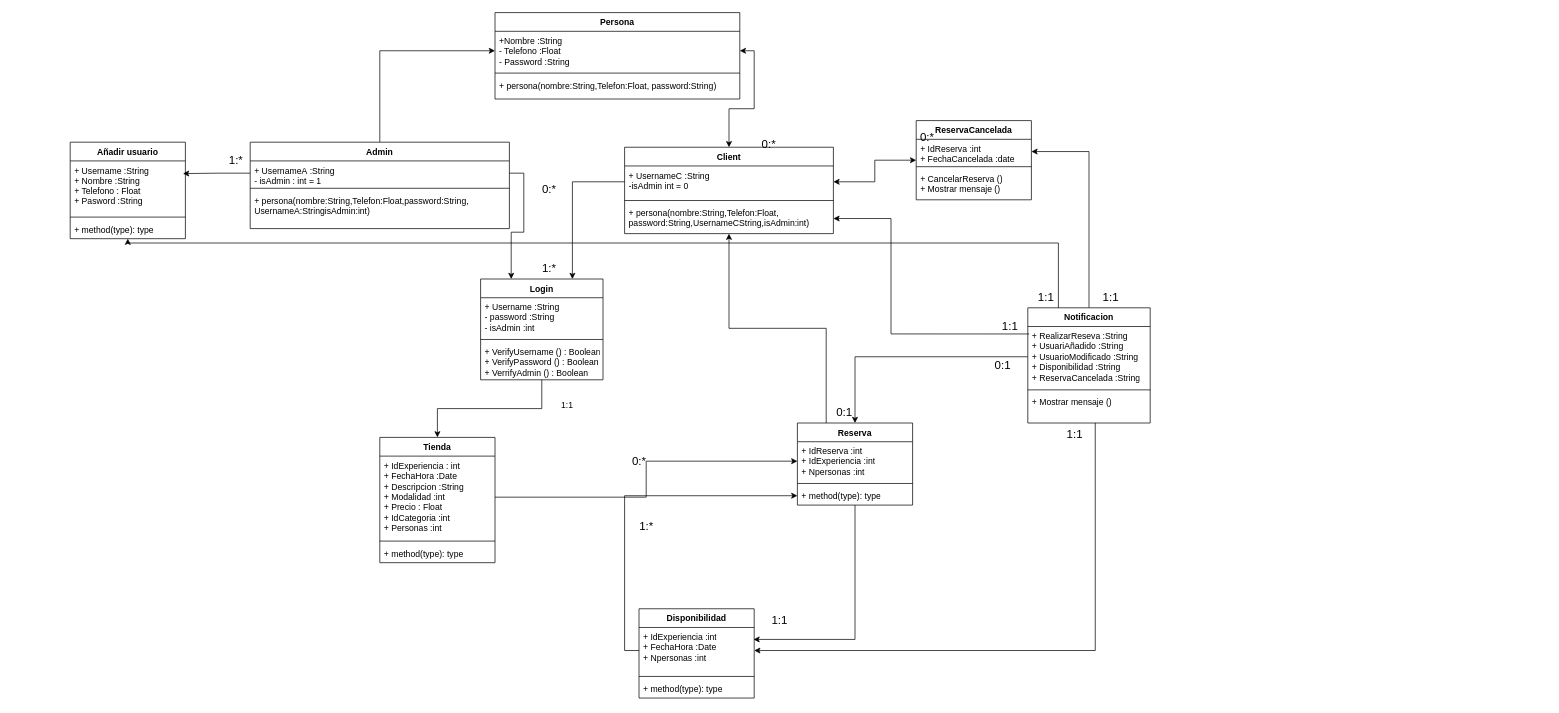
Earlier version of the draw.io diagram Diagramas/UML_XaJo.drawio (joam6/Sailing_XaJo). Source tidied: cells renumbered, new cells numbered last; positions are measured from the earlier drawing's top-left corner, leaving out a move shared by most shapes. Both pictures are drawn from the tidied source at 72%, with x=0, y=0 at pixel (70, 12).
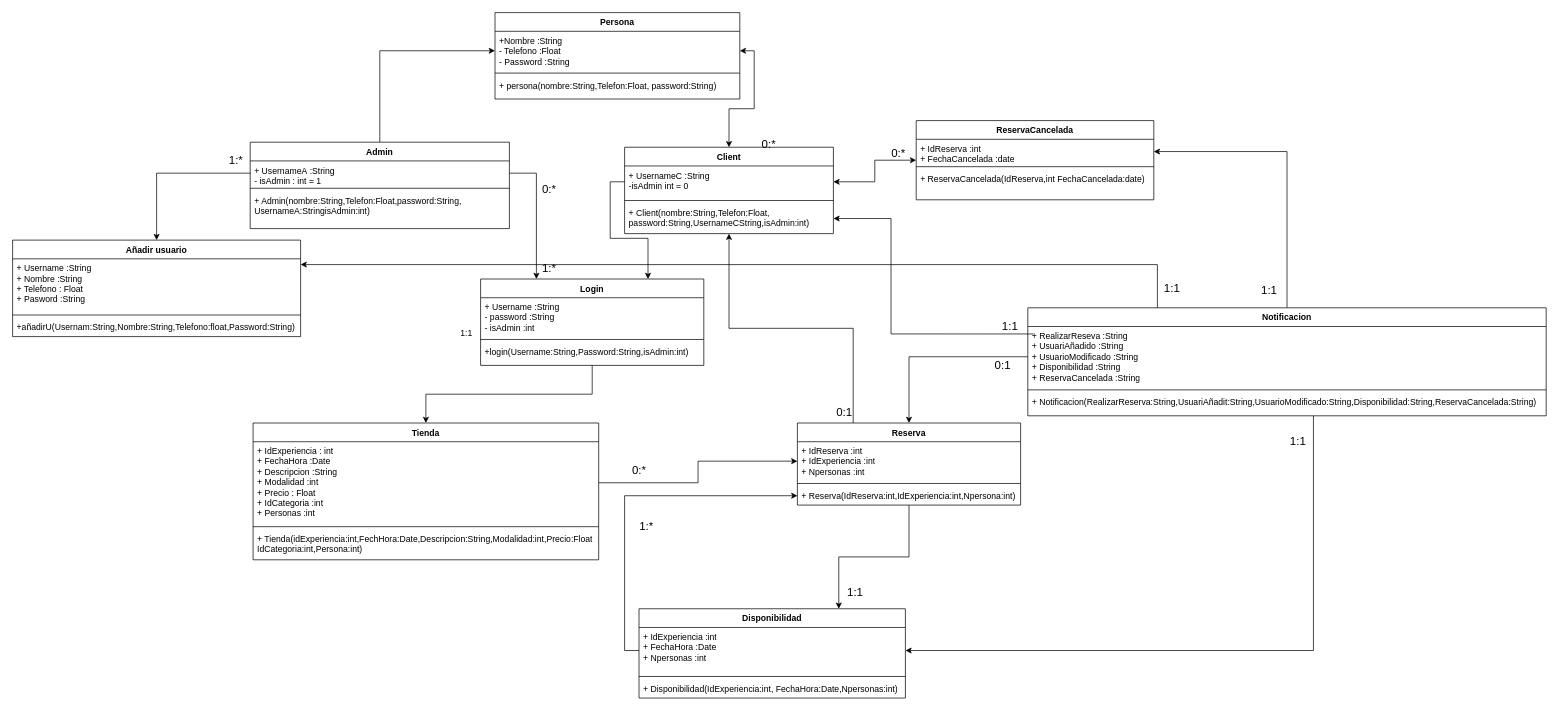
The same diagram, later.

Unchanged cells that the change refers to:
```xml
<mxCell id="12" value="Admin" style="swimlane;fontStyle=1;align=center;verticalAlign=top;horizontal=1;startSize=26;whiteSpace=wrap;html=1;" parent="1" vertex="1">
  <mxGeometry x="250" y="180" width="360" height="120" as="geometry" />
</mxCell>
<mxCell id="13" value="&lt;div&gt;+ UsernameA&amp;nbsp;&lt;span style=&quot;background-color: initial;&quot;&gt;:String&lt;/span&gt;&lt;/div&gt;- isAdmin : int = 1" style="text;strokeColor=none;fillColor=none;align=left;verticalAlign=top;spacingLeft=4;spacingRight=4;overflow=hidden;points=[[0,0.5],[1,0.5]];portConstraint=eastwest;whiteSpace=wrap;html=1;" parent="12" vertex="1">
  <mxGeometry y="26" width="360" height="34" as="geometry" />
</mxCell>
<mxCell id="17" value="Client" style="swimlane;fontStyle=1;align=center;verticalAlign=top;horizontal=1;startSize=26;whiteSpace=wrap;html=1;" parent="1" vertex="1">
  <mxGeometry x="770" y="187" width="290" height="120" as="geometry" />
</mxCell>
```

What changed in the source:
```diff
@@
     <mxCell id="3" value="Login" style="swimlane;fontStyle=1;align=center;verticalAlign=top;horizontal=1;startSize=26;whiteSpace=wrap;html=1;" parent="1" vertex="1">
-      <mxGeometry x="570" y="370" width="170" height="140" as="geometry" />
+      <mxGeometry x="570" y="370" width="310" height="120" as="geometry" />
     </mxCell>
     <mxCell id="4" value="+ Username :String&lt;br&gt;- password :String&lt;div&gt;- isAdmin :int&lt;/div&gt;" style="text;strokeColor=none;fillColor=none;align=left;verticalAlign=top;spacingLeft=4;spacingRight=4;overflow=hidden;whiteSpace=wrap;html=1;" parent="3" vertex="1">
-      <mxGeometry y="26" width="170" height="54" as="geometry" />
+      <mxGeometry y="26" width="310" height="54" as="geometry" />
     </mxCell>
     <mxCell id="5" style="line;strokeWidth=1;fillColor=none;align=left;verticalAlign=middle;spacingTop=-1;spacingLeft=3;spacingRight=3;labelPosition=right;strokeColor=inherit;" parent="3" vertex="1">
-      <mxGeometry y="80" width="170" height="8" as="geometry" />
+      <mxGeometry y="80" width="310" height="8" as="geometry" />
     </mxCell>
-    <mxCell id="6" value="&lt;span style=&quot;text-wrap-mode: nowrap;&quot;&gt;&lt;font style=&quot;font-size: 12px;&quot; face=&quot;Helvetica&quot;&gt;+ VerifyUsername&amp;nbsp;&lt;/font&gt;&lt;/span&gt;&lt;span style=&quot;text-wrap-mode: nowrap;&quot;&gt;() : Boolean&lt;/span&gt;&lt;span style=&quot;text-wrap-mode: nowrap;&quot;&gt;&lt;font style=&quot;font-size: 12px;&quot; face=&quot;Helvetica&quot;&gt;&lt;br&gt;+ VerifyPassword&amp;nbsp;&lt;/font&gt;&lt;/span&gt;&lt;span style=&quot;text-wrap-mode: nowrap;&quot;&gt;() : Boolean&lt;/span&gt;&lt;span style=&quot;text-wrap-mode: nowrap;&quot;&gt;&lt;font style=&quot;font-size: 12px;&quot; face=&quot;Helvetica&quot;&gt;&lt;br&gt;+ VerrifyAdmin () : Boolean&lt;/font&gt;&lt;/span&gt;" style="text;strokeColor=none;fillColor=none;align=left;verticalAlign=top;spacingLeft=4;spacingRight=4;overflow=hidden;whiteSpace=wrap;html=1;" parent="3" vertex="1">
-      <mxGeometry y="88" width="170" height="52" as="geometry" />
+    <mxCell id="6" value="&lt;span style=&quot;text-wrap-mode: nowrap;&quot;&gt;+login(Username:String,Password:String,isAdmin:int)&lt;/span&gt;" style="text;strokeColor=none;fillColor=none;align=left;verticalAlign=top;spacingLeft=4;spacingRight=4;overflow=hidden;whiteSpace=wrap;html=1;" parent="3" vertex="1">
+      <mxGeometry y="88" width="310" height="32" as="geometry" />
     </mxCell>
@@
-    <mxCell id="15" value="+ persona(nombre:String,Telefon:Float,password:String,&lt;br&gt;UsernameA:StringisAdmin:int)" style="text;strokeColor=none;fillColor=none;align=left;verticalAlign=top;spacingLeft=4;spacingRight=4;overflow=hidden;whiteSpace=wrap;html=1;" parent="12" vertex="1">
+    <mxCell id="15" value="+ Admin(nombre:String,Telefon:Float,password:String,&lt;br&gt;UsernameA:StringisAdmin:int)" style="text;strokeColor=none;fillColor=none;align=left;verticalAlign=top;spacingLeft=4;spacingRight=4;overflow=hidden;whiteSpace=wrap;html=1;" parent="12" vertex="1">
       <mxGeometry y="68" width="360" height="52" as="geometry" />
     </mxCell>
@@
-    <mxCell id="20" value="+ persona(nombre:String,Telefon:Float, password:String,UsernameCString,isAdmin:int)&lt;div&gt;&lt;/div&gt;" style="text;strokeColor=none;fillColor=none;align=left;verticalAlign=top;spacingLeft=4;spacingRight=4;overflow=hidden;points=[[0,0.5],[1,0.5]];portConstraint=eastwest;whiteSpace=wrap;html=1;" parent="17" vertex="1">
+    <mxCell id="20" value="+ Client(nombre:String,Telefon:Float, password:String,UsernameCString,isAdmin:int)&lt;div&gt;&lt;/div&gt;" style="text;strokeColor=none;fillColor=none;align=left;verticalAlign=top;spacingLeft=4;spacingRight=4;overflow=hidden;points=[[0,0.5],[1,0.5]];portConstraint=eastwest;whiteSpace=wrap;html=1;" parent="17" vertex="1">
       <mxGeometry y="78" width="290" height="42" as="geometry" />
     </mxCell>
-    <mxCell id="21" style="edgeStyle=orthogonalEdgeStyle;rounded=0;jettySize=auto;html=1;entryX=0.994;entryY=0.259;entryDx=0;entryDy=0;entryPerimeter=0;" parent="1" edge="1" source="24" target="44">
-      <mxGeometry relative="1" as="geometry" />
-    </mxCell>
@@
+    <mxCell id="73" style="edgeStyle=orthogonalEdgeStyle;rounded=0;jettySize=auto;html=1;entryX=0.75;entryY=0;entryDx=0;entryDy=0;" parent="1" edge="1" source="24" target="43">
+      <mxGeometry relative="1" as="geometry" />
+    </mxCell>
     <mxCell id="24" value="Reserva" style="swimlane;fontStyle=1;align=center;verticalAlign=top;horizontal=1;startSize=26;whiteSpace=wrap;html=1;" parent="1" vertex="1">
-      <mxGeometry x="1010" y="570" width="160" height="114" as="geometry" />
+      <mxGeometry x="1010" y="570" width="310" height="114" as="geometry" />
     </mxCell>
     <mxCell id="25" value="+ IdReserva :int&lt;br&gt;+ IdExperiencia :int&lt;br&gt;+ Npersonas :int" style="text;strokeColor=none;fillColor=none;align=left;verticalAlign=top;spacingLeft=4;spacingRight=4;overflow=hidden;points=[[0,0.5],[1,0.5]];portConstraint=eastwest;whiteSpace=wrap;html=1;" parent="24" vertex="1">
-      <mxGeometry y="26" width="160" height="54" as="geometry" />
+      <mxGeometry y="26" width="310" height="54" as="geometry" />
     </mxCell>
     <mxCell id="26" style="line;strokeWidth=1;fillColor=none;align=left;verticalAlign=middle;spacingTop=-1;spacingLeft=3;spacingRight=3;labelPosition=right;strokeColor=inherit;" parent="24" vertex="1">
-      <mxGeometry y="80" width="160" height="8" as="geometry" />
+      <mxGeometry y="80" width="310" height="8" as="geometry" />
     </mxCell>
-    <mxCell id="27" value="+ method(type): type" style="text;strokeColor=none;fillColor=none;align=left;verticalAlign=top;spacingLeft=4;spacingRight=4;overflow=hidden;points=[[0,0.5],[1,0.5]];portConstraint=eastwest;whiteSpace=wrap;html=1;" parent="24" vertex="1">
-      <mxGeometry y="88" width="160" height="26" as="geometry" />
+    <mxCell id="27" value="+ Reserva(IdReserva:int,IdExperiencia:int,Npersona:int)" style="text;strokeColor=none;fillColor=none;align=left;verticalAlign=top;spacingLeft=4;spacingRight=4;overflow=hidden;points=[[0,0.5],[1,0.5]];portConstraint=eastwest;whiteSpace=wrap;html=1;" parent="24" vertex="1">
+      <mxGeometry y="88" width="310" height="26" as="geometry" />
     </mxCell>
@@
     <mxCell id="29" value="Notificacion" style="swimlane;fontStyle=1;align=center;verticalAlign=top;horizontal=1;startSize=26;whiteSpace=wrap;html=1;" parent="1" vertex="1">
-      <mxGeometry x="1330" y="410" width="170" height="160" as="geometry" />
+      <mxGeometry x="1330" y="410" width="720" height="150" as="geometry" />
     </mxCell>
     <mxCell id="30" value="+ RealizarReseva :String&lt;br&gt;+ UsuariAñadido :String&lt;br&gt;+ UsuarioModificado :String&lt;br&gt;+ Disponibilidad :String&lt;br&gt;+ ReservaCancelada :String" style="text;strokeColor=none;fillColor=none;align=left;verticalAlign=top;spacingLeft=4;spacingRight=4;overflow=hidden;points=[[0,0.5],[1,0.5]];portConstraint=eastwest;whiteSpace=wrap;html=1;" parent="29" vertex="1">
-      <mxGeometry y="26" width="170" height="84" as="geometry" />
+      <mxGeometry y="26" width="720" height="84" as="geometry" />
     </mxCell>
     <mxCell id="31" style="line;strokeWidth=1;fillColor=none;align=left;verticalAlign=middle;spacingTop=-1;spacingLeft=3;spacingRight=3;labelPosition=right;strokeColor=inherit;" parent="29" vertex="1">
-      <mxGeometry y="110" width="170" height="8" as="geometry" />
+      <mxGeometry y="110" width="720" height="8" as="geometry" />
     </mxCell>
-    <mxCell id="32" value="+ Mostrar mensaje ()" style="text;strokeColor=none;fillColor=none;align=left;verticalAlign=top;spacingLeft=4;spacingRight=4;overflow=hidden;points=[[0,0.5],[1,0.5]];portConstraint=eastwest;whiteSpace=wrap;html=1;" parent="29" vertex="1">
-      <mxGeometry y="118" width="170" height="42" as="geometry" />
+    <mxCell id="32" value="+ Notificacion(RealizarReserva:String,UsuariAñadit:String,UsuarioModificado:String,Disponibilidad:String,ReservaCancelada:String)" style="text;strokeColor=none;fillColor=none;align=left;verticalAlign=top;spacingLeft=4;spacingRight=4;overflow=hidden;points=[[0,0.5],[1,0.5]];portConstraint=eastwest;whiteSpace=wrap;html=1;" parent="29" vertex="1">
+      <mxGeometry y="118" width="720" height="32" as="geometry" />
     </mxCell>
     <mxCell id="33" style="edgeStyle=orthogonalEdgeStyle;rounded=0;jettySize=auto;html=1;entryX=0.25;entryY=0;entryDx=0;entryDy=0;startArrow=classic;startFill=1;endArrow=none;endFill=0;" parent="1" edge="1" source="34" target="29">
       <mxGeometry relative="1" as="geometry">
         <Array as="points">
-          <mxPoint x="230" y="320" />
-          <mxPoint x="1233" y="320" />
+          <mxPoint x="80" y="350" />
+          <mxPoint x="1373" y="350" />
         </Array>
       </mxGeometry>
     </mxCell>
     <mxCell id="34" value="Añadir usuario" style="swimlane;fontStyle=1;align=center;verticalAlign=top;horizontal=1;startSize=26;whiteSpace=wrap;html=1;" parent="1" vertex="1">
-      <mxGeometry y="180" width="160" height="134" as="geometry" />
+      <mxGeometry x="-80" y="316" width="400" height="134" as="geometry" />
     </mxCell>
     <mxCell id="35" value="+ Username :String&lt;br&gt;+ Nombre :String&lt;br&gt;+ Telefono : Float&lt;br&gt;+ Pasword :String" style="text;strokeColor=none;fillColor=none;align=left;verticalAlign=top;spacingLeft=4;spacingRight=4;overflow=hidden;points=[[0,0.5],[1,0.5]];portConstraint=eastwest;whiteSpace=wrap;html=1;" parent="34" vertex="1">
-      <mxGeometry y="26" width="160" height="74" as="geometry" />
+      <mxGeometry y="26" width="400" height="74" as="geometry" />
     </mxCell>
     <mxCell id="36" style="line;strokeWidth=1;fillColor=none;align=left;verticalAlign=middle;spacingTop=-1;spacingLeft=3;spacingRight=3;labelPosition=right;strokeColor=inherit;" parent="34" vertex="1">
-      <mxGeometry y="100" width="160" height="8" as="geometry" />
+      <mxGeometry y="100" width="400" height="8" as="geometry" />
     </mxCell>
-    <mxCell id="37" value="+ method(type): type" style="text;strokeColor=none;fillColor=none;align=left;verticalAlign=top;spacingLeft=4;spacingRight=4;overflow=hidden;whiteSpace=wrap;html=1;" parent="34" vertex="1">
-      <mxGeometry y="108" width="160" height="26" as="geometry" />
+    <mxCell id="37" value="+añadirU(Usernam:String,Nombre:String,Telefono:float,Password:String&lt;span style=&quot;background-color: initial;&quot;&gt;)&lt;/span&gt;" style="text;strokeColor=none;fillColor=none;align=left;verticalAlign=top;spacingLeft=4;spacingRight=4;overflow=hidden;whiteSpace=wrap;html=1;" parent="34" vertex="1">
+      <mxGeometry y="108" width="400" height="26" as="geometry" />
     </mxCell>
@@
     <mxCell id="39" value="ReservaCancelada" style="swimlane;fontStyle=1;align=center;verticalAlign=top;horizontal=1;startSize=26;whiteSpace=wrap;html=1;" parent="1" vertex="1">
-      <mxGeometry x="1175" y="150" width="160" height="110" as="geometry" />
+      <mxGeometry x="1175" y="150" width="330" height="110" as="geometry" />
     </mxCell>
     <mxCell id="40" value="+ IdReserva :int&lt;br&gt;+ FechaCancelada :date" style="text;strokeColor=none;fillColor=none;align=left;verticalAlign=top;spacingLeft=4;spacingRight=4;overflow=hidden;points=[[0,0.5],[1,0.5]];portConstraint=eastwest;whiteSpace=wrap;html=1;" parent="39" vertex="1">
-      <mxGeometry y="26" width="160" height="34" as="geometry" />
+      <mxGeometry y="26" width="330" height="34" as="geometry" />
     </mxCell>
     <mxCell id="41" style="line;strokeWidth=1;fillColor=none;align=left;verticalAlign=middle;spacingTop=-1;spacingLeft=3;spacingRight=3;labelPosition=right;strokeColor=inherit;" parent="39" vertex="1">
-      <mxGeometry y="60" width="160" height="8" as="geometry" />
+      <mxGeometry y="60" width="330" height="8" as="geometry" />
     </mxCell>
-    <mxCell id="42" value="+ CancelarReserva ()&lt;br&gt;+ Mostrar mensaje ()" style="text;strokeColor=none;fillColor=none;align=left;verticalAlign=top;spacingLeft=4;spacingRight=4;overflow=hidden;whiteSpace=wrap;html=1;" parent="39" vertex="1">
-      <mxGeometry y="68" width="160" height="42" as="geometry" />
+    <mxCell id="42" value="+ ReservaCancelada(IdReserva,int FechaCancelada:date)" style="text;strokeColor=none;fillColor=none;align=left;verticalAlign=top;spacingLeft=4;spacingRight=4;overflow=hidden;whiteSpace=wrap;html=1;" parent="39" vertex="1">
+      <mxGeometry y="68" width="330" height="42" as="geometry" />
     </mxCell>
     <mxCell id="43" value="Disponibilidad" style="swimlane;fontStyle=1;align=center;verticalAlign=top;horizontal=1;startSize=26;whiteSpace=wrap;html=1;" parent="1" vertex="1">
-      <mxGeometry x="790" y="828" width="160" height="124" as="geometry" />
+      <mxGeometry x="790" y="828" width="370" height="124" as="geometry" />
     </mxCell>
     <mxCell id="44" value="+ IdExperiencia :int&lt;br&gt;+ Fecha&lt;span style=&quot;background-color: initial;&quot;&gt;Hora :Date&lt;/span&gt;&lt;div&gt;+ Npersonas :int&lt;/div&gt;" style="text;strokeColor=none;fillColor=none;align=left;verticalAlign=top;spacingLeft=4;spacingRight=4;overflow=hidden;points=[[0,0.5],[1,0.5]];portConstraint=eastwest;whiteSpace=wrap;html=1;" parent="43" vertex="1">
-      <mxGeometry y="26" width="160" height="64" as="geometry" />
+      <mxGeometry y="26" width="370" height="64" as="geometry" />
     </mxCell>
     <mxCell id="45" style="line;strokeWidth=1;fillColor=none;align=left;verticalAlign=middle;spacingTop=-1;spacingLeft=3;spacingRight=3;labelPosition=right;strokeColor=inherit;" parent="43" vertex="1">
-      <mxGeometry y="90" width="160" height="8" as="geometry" />
+      <mxGeometry y="90" width="370" height="8" as="geometry" />
     </mxCell>
-    <mxCell id="46" value="+ method(type): type" style="text;strokeColor=none;fillColor=none;align=left;verticalAlign=top;spacingLeft=4;spacingRight=4;overflow=hidden;whiteSpace=wrap;html=1;" parent="43" vertex="1">
-      <mxGeometry y="98" width="160" height="26" as="geometry" />
+    <mxCell id="46" value="+ Disponibilidad(IdExperiencia:int, FechaHora:Date,Npersonas:int)" style="text;strokeColor=none;fillColor=none;align=left;verticalAlign=top;spacingLeft=4;spacingRight=4;overflow=hidden;whiteSpace=wrap;html=1;" parent="43" vertex="1">
+      <mxGeometry y="98" width="370" height="26" as="geometry" />
     </mxCell>
     <mxCell id="47" value="Tienda" style="swimlane;fontStyle=1;align=center;verticalAlign=top;horizontal=1;startSize=26;whiteSpace=wrap;html=1;" parent="1" vertex="1">
-      <mxGeometry x="430" y="590" width="160" height="174" as="geometry" />
+      <mxGeometry x="254" y="570" width="480" height="190" as="geometry" />
     </mxCell>
     <mxCell id="48" value="+ IdExperiencia : int&lt;br&gt;+ FechaHora :Date&lt;br&gt;+ Descripcion :String&lt;br&gt;+ Modalidad :int&lt;br&gt;+ Precio : Float&lt;br&gt;+ IdCategoria :int&lt;br&gt;+ Personas :int" style="text;strokeColor=none;fillColor=none;align=left;verticalAlign=top;spacingLeft=4;spacingRight=4;overflow=hidden;points=[[0,0.5],[1,0.5]];portConstraint=eastwest;whiteSpace=wrap;html=1;" parent="47" vertex="1">
-      <mxGeometry y="26" width="160" height="114" as="geometry" />
+      <mxGeometry y="26" width="480" height="114" as="geometry" />
     </mxCell>
     <mxCell id="49" style="line;strokeWidth=1;fillColor=none;align=left;verticalAlign=middle;spacingTop=-1;spacingLeft=3;spacingRight=3;labelPosition=right;strokeColor=inherit;" parent="47" vertex="1">
-      <mxGeometry y="140" width="160" height="8" as="geometry" />
+      <mxGeometry y="140" width="480" height="8" as="geometry" />
     </mxCell>
-    <mxCell id="50" value="+ method(type): type" style="text;strokeColor=none;fillColor=none;align=left;verticalAlign=top;spacingLeft=4;spacingRight=4;overflow=hidden;whiteSpace=wrap;html=1;" parent="47" vertex="1">
-      <mxGeometry y="148" width="160" height="26" as="geometry" />
+    <mxCell id="50" value="+ Tienda(idExperiencia:int,FechHora:Date,Descripcion:String,Modalidad:int,Precio:Float&lt;br&gt;IdCategoria:int,Persona:int)" style="text;strokeColor=none;fillColor=none;align=left;verticalAlign=top;spacingLeft=4;spacingRight=4;overflow=hidden;whiteSpace=wrap;html=1;" parent="47" vertex="1">
+      <mxGeometry y="148" width="480" height="42" as="geometry" />
     </mxCell>
@@
-    <mxCell id="53" style="edgeStyle=orthogonalEdgeStyle;rounded=0;jettySize=auto;html=1;exitX=0;exitY=0.5;exitDx=0;exitDy=0;entryX=0.979;entryY=0.238;entryDx=0;entryDy=0;entryPerimeter=0;" parent="1" edge="1" source="13" target="35">
-      <mxGeometry relative="1" as="geometry" />
-    </mxCell>
@@
     <mxCell id="58" value="1:1" style="text;html=1;align=center;verticalAlign=middle;strokeColor=none;fillColor=none;fontSize=16;" parent="1" vertex="1">
-      <mxGeometry x="1330" y="380" width="50" height="30" as="geometry" />
+      <mxGeometry x="1505" y="368" width="50" height="30" as="geometry" />
     </mxCell>
     <mxCell id="59" value="1:1" style="text;html=1;align=center;verticalAlign=middle;strokeColor=none;fillColor=none;fontSize=16;" parent="1" vertex="1">
-      <mxGeometry x="1420" y="380" width="50" height="30" as="geometry" />
+      <mxGeometry x="1640" y="370" width="50" height="30" as="geometry" />
     </mxCell>
     <mxCell id="60" value="1:1" style="text;html=1;align=center;verticalAlign=middle;strokeColor=none;fillColor=none;fontSize=16;" parent="1" vertex="1">
-      <mxGeometry x="1370" y="570" width="50" height="30" as="geometry" />
+      <mxGeometry x="1680" y="580" width="50" height="30" as="geometry" />
     </mxCell>
@@
     <mxCell id="64" value="0:*" style="text;html=1;align=center;verticalAlign=middle;strokeColor=none;fillColor=none;fontSize=16;" parent="1" vertex="1">
-      <mxGeometry x="1170" y="158" width="40" height="30" as="geometry" />
+      <mxGeometry x="1130" y="180" width="40" height="30" as="geometry" />
     </mxCell>
@@
     <mxCell id="68" value="1:1" style="text;html=1;align=center;verticalAlign=middle;strokeColor=none;fillColor=none;" parent="1" vertex="1">
-      <mxGeometry x="670" y="530" width="40" height="30" as="geometry" />
+      <mxGeometry x="530" y="430" width="40" height="30" as="geometry" />
     </mxCell>
@@
     <mxCell id="70" value="1:1" style="text;html=1;align=center;verticalAlign=middle;strokeColor=none;fillColor=none;fontSize=16;" parent="1" vertex="1">
-      <mxGeometry x="960" y="828" width="50" height="30" as="geometry" />
+      <mxGeometry x="1065" y="790" width="50" height="30" as="geometry" />
     </mxCell>
     <mxCell id="71" value="0:*" style="text;html=1;align=center;verticalAlign=middle;strokeColor=none;fillColor=none;fontSize=16;" parent="1" vertex="1">
-      <mxGeometry x="770" y="608" width="40" height="30" as="geometry" />
+      <mxGeometry x="770" y="620" width="40" height="30" as="geometry" />
     </mxCell>
@@
+    <mxCell id="74" style="edgeStyle=orthogonalEdgeStyle;rounded=0;jettySize=auto;html=1;" parent="1" edge="1" source="13" target="34">
+      <mxGeometry relative="1" as="geometry" />
+    </mxCell>
```
